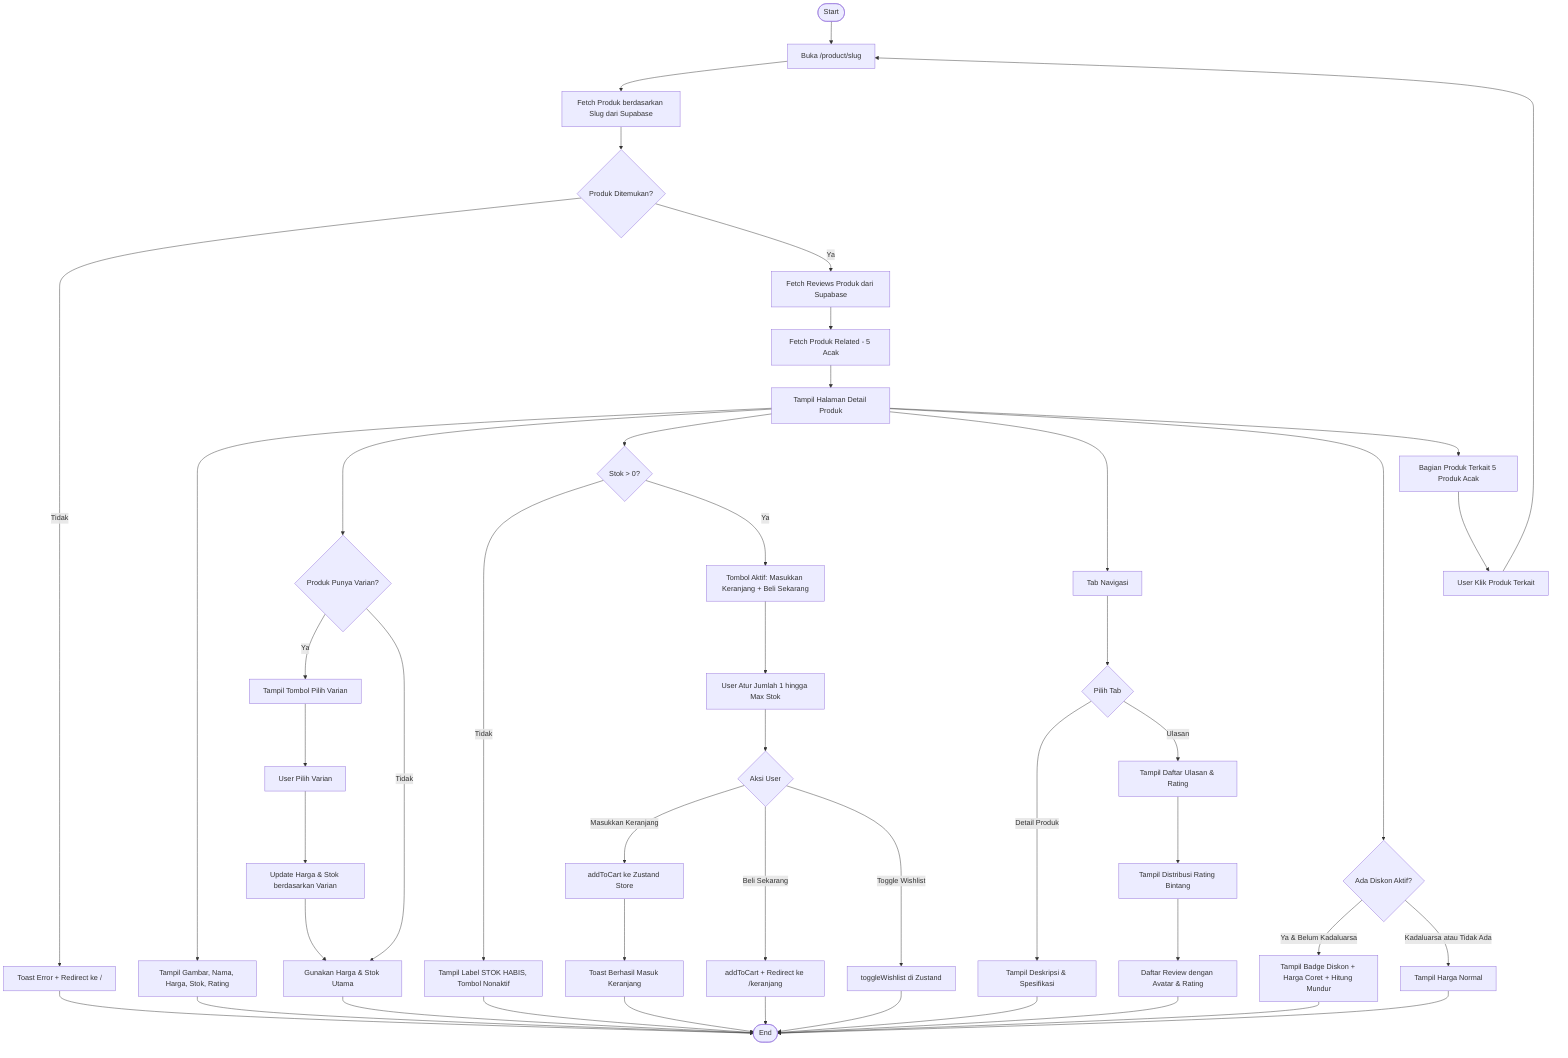
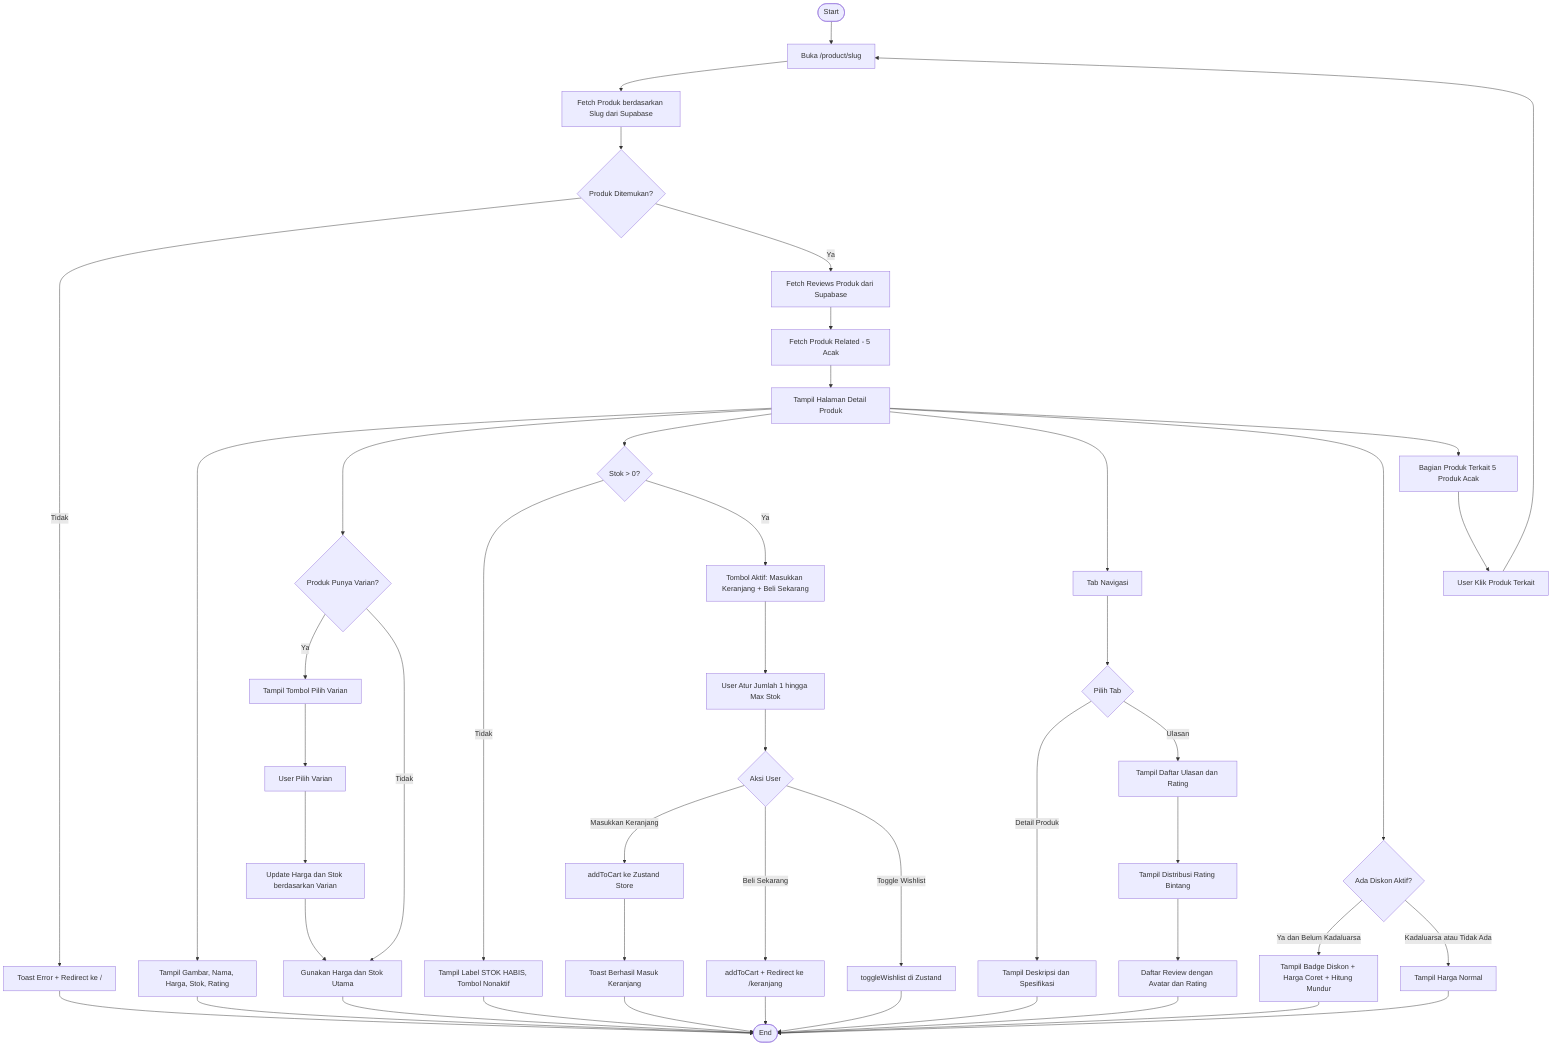
flowchart TD
    A([Start]) --> B[Buka /product/slug]
    B --> C[Fetch Produk berdasarkan Slug dari Supabase]
    C --> D{Produk Ditemukan?}
    D -->|Tidak| E[Toast Error + Redirect ke /]
    D -->|Ya| F[Fetch Reviews Produk dari Supabase]
    F --> G[Fetch Produk Related - 5 Acak]
    G --> H[Tampil Halaman Detail Produk]

    H --> I[Tampil Gambar, Nama, Harga, Stok, Rating]

    H --> J{Produk Punya Varian?}
    J -->|Ya| K[Tampil Tombol Pilih Varian]
    K --> L[User Pilih Varian]
-     L --> M[Update Harga & Stok berdasarkan Varian]
-     J -->|Tidak| N[Gunakan Harga & Stok Utama]
+     L --> M[Update Harga dan Stok berdasarkan Varian]
+     J -->|Tidak| N[Gunakan Harga dan Stok Utama]
    M --> N

    H --> O{Stok > 0?}
    O -->|Tidak| P[Tampil Label STOK HABIS, Tombol Nonaktif]
    O -->|Ya| Q[Tombol Aktif: Masukkan Keranjang + Beli Sekarang]

    Q --> R[User Atur Jumlah 1 hingga Max Stok]
    R --> S{Aksi User}
    S -->|Masukkan Keranjang| T[addToCart ke Zustand Store]
    T --> U[Toast Berhasil Masuk Keranjang]
    S -->|Beli Sekarang| V[addToCart + Redirect ke /keranjang]
    S -->|Toggle Wishlist| W[toggleWishlist di Zustand]

    H --> X[Tab Navigasi]
    X --> Y{Pilih Tab}
-     Y -->|Detail Produk| Z[Tampil Deskripsi & Spesifikasi]
-     Y -->|Ulasan| AA[Tampil Daftar Ulasan & Rating]
+     Y -->|Detail Produk| Z[Tampil Deskripsi dan Spesifikasi]
+     Y -->|Ulasan| AA[Tampil Daftar Ulasan dan Rating]

    AA --> AB[Tampil Distribusi Rating Bintang]
-     AB --> AC[Daftar Review dengan Avatar & Rating]
+     AB --> AC[Daftar Review dengan Avatar dan Rating]

    H --> AD{Ada Diskon Aktif?}
-     AD -->|Ya & Belum Kadaluarsa| AE[Tampil Badge Diskon + Harga Coret + Hitung Mundur]
+     AD -->|Ya dan Belum Kadaluarsa| AE[Tampil Badge Diskon + Harga Coret + Hitung Mundur]
    AD -->|Kadaluarsa atau Tidak Ada| AF[Tampil Harga Normal]

    H --> AG[Bagian Produk Terkait 5 Produk Acak]
    AG --> AH[User Klik Produk Terkait]
    AH --> B

    %% Menambahkan oval End pada titik akhir
    E --> Z_END([End])
    I --> Z_END([End])
    N --> Z_END([End])
    P --> Z_END([End])
    U --> Z_END([End])
    V --> Z_END([End])
    W --> Z_END([End])
    Z --> Z_END([End])
    AC --> Z_END([End])
    AE --> Z_END([End])
    AF --> Z_END([End])
